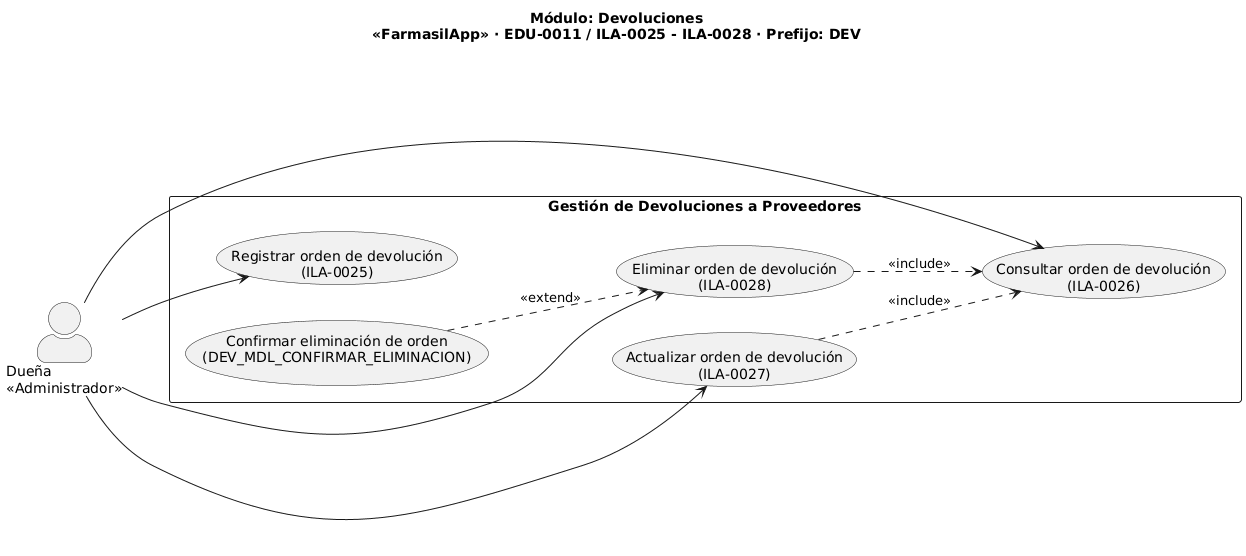
Before: docs/diagramas/CU-7_Devoluciones.png, a diagram exported from PlantUML (Luis-Ayben-Chahua-Charca/Farmasil_App). The source it was exported from:
```plantuml
@startuml
left to right direction
skinparam actorStyle awesome
title Módulo: Devoluciones\n«FarmasilApp» · EDU-0011 / ILA-0025 - ILA-0028 · Prefijo: DEV

actor "Dueña\n<<Administrador>>" as Duena

rectangle "Gestión de Devoluciones a Proveedores" {
  usecase "Registrar orden de devolución\n(ILA-0025)" as UC_Registrar
  usecase "Consultar orden de devolución\n(ILA-0026)" as UC_Consultar
  usecase "Actualizar orden de devolución\n(ILA-0027)" as UC_Actualizar
  usecase "Eliminar orden de devolución\n(ILA-0028)" as UC_Eliminar
  usecase "Confirmar eliminación de orden\n(DEV_MDL_CONFIRMAR_ELIMINACION)" as UC_Confirmar
}

Duena --> UC_Registrar
Duena --> UC_Consultar
Duena --> UC_Actualizar
Duena --> UC_Eliminar

UC_Actualizar ..> UC_Consultar : <<include>>
UC_Eliminar   ..> UC_Consultar : <<include>>
UC_Confirmar  ..> UC_Eliminar  : <<extend>>
@enduml
```
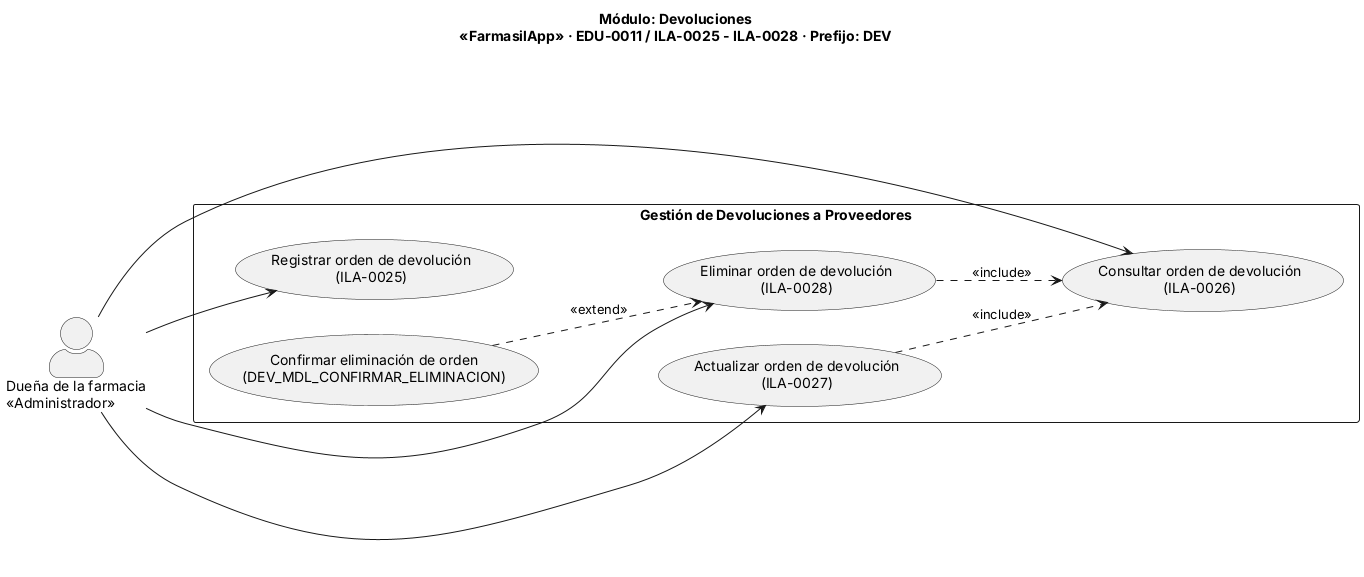
The same file after the commit.

What changed in the source:
```diff
@@ -1,9 +1,9 @@
-@startuml
+@startuml DiagramaDevoluciones
 left to right direction
 skinparam actorStyle awesome
 title Módulo: Devoluciones\n«FarmasilApp» · EDU-0011 / ILA-0025 - ILA-0028 · Prefijo: DEV
 
-actor "Dueña\n<<Administrador>>" as Duena
+actor "Dueña de la farmacia\n<<Administrador>>" as Duena
 
 rectangle "Gestión de Devoluciones a Proveedores" {
   usecase "Registrar orden de devolución\n(ILA-0025)" as UC_Registrar
@@ -21,4 +21,5 @@
 UC_Actualizar ..> UC_Consultar : <<include>>
 UC_Eliminar   ..> UC_Consultar : <<include>>
 UC_Confirmar  ..> UC_Eliminar  : <<extend>>
+
 @enduml
```
